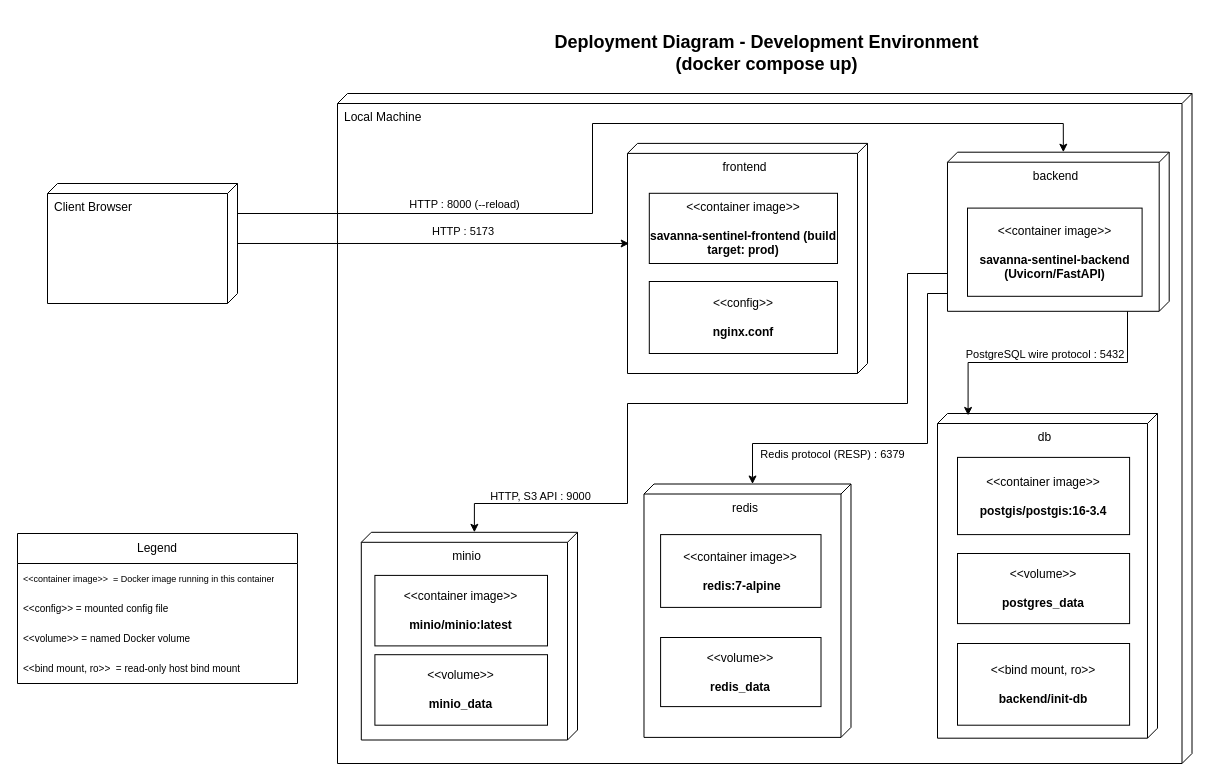
Before: page "Development" (2 of 2) of docs/demo2/deployment/deployment_diagram.drawio in COS301-SE-2026/Savanna-Sentinel, a draw.io diagram. Source tidied: cells renumbered, new cells numbered last; positions are measured from the earlier drawing's top-left corner, leaving out a move shared by most shapes. Both pictures are drawn from the tidied source at 100%, with x=0, y=0 at pixel (17, 23).
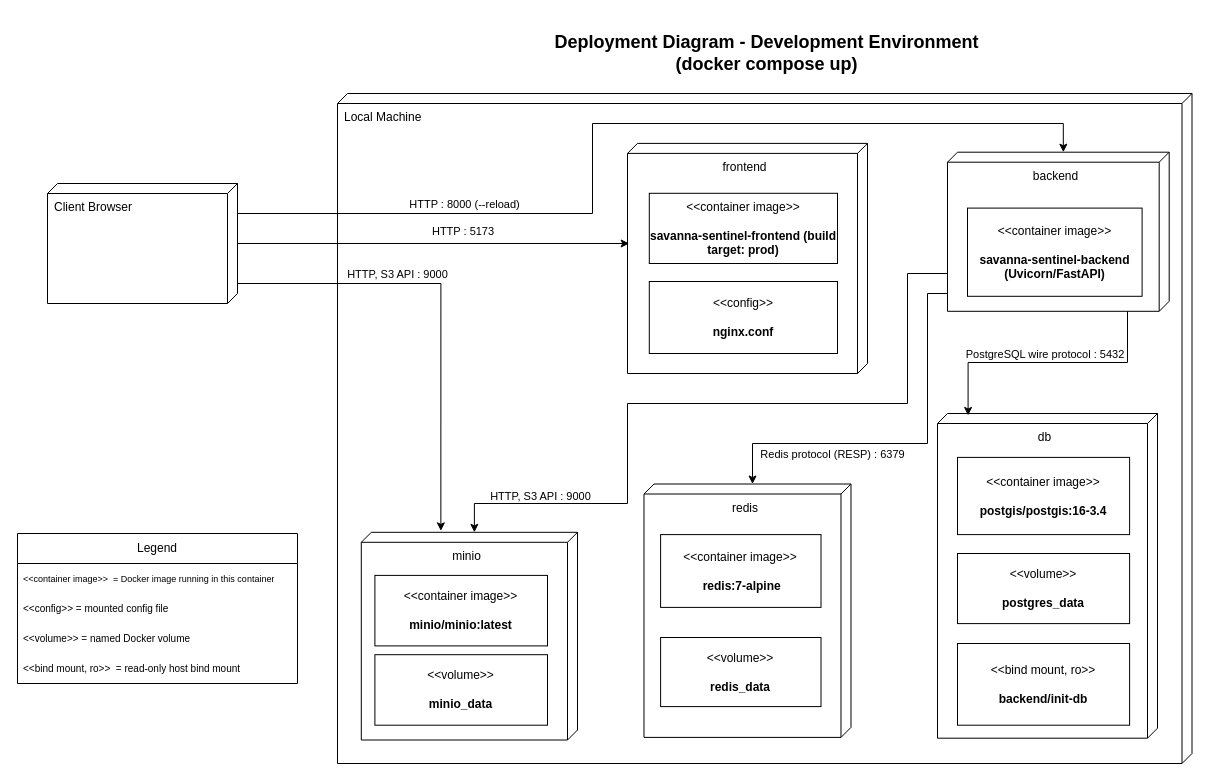
The same diagram, later.

The change refers to these unchanged cells:
```xml
<mxCell id="16" value="minio" style="verticalAlign=top;align=center;shape=cube;size=10;direction=south;html=1;boundedLbl=1;spacingLeft=5;whiteSpace=wrap;" parent="3" vertex="1">
  <mxGeometry x="23.8" y="438.8" width="216.2" height="207.7" as="geometry" />
</mxCell>
<mxCell id="25" value="Client Browser&lt;div&gt;&lt;br&gt;&lt;/div&gt;" style="verticalAlign=top;align=left;shape=cube;size=10;direction=south;fontStyle=0;html=1;boundedLbl=1;spacingLeft=5;whiteSpace=wrap;" parent="1" vertex="1">
  <mxGeometry x="30" y="160" width="190" height="120" as="geometry" />
</mxCell>
```

Diff of the diagram source:
```diff
@@
+    <mxCell id="35" style="edgeStyle=orthogonalEdgeStyle;rounded=0;jettySize=auto;html=1;entryX=-0.007;entryY=0.632;entryDx=0;entryDy=0;entryPerimeter=0;" parent="1" edge="1" source="25" target="16">
+      <mxGeometry relative="1" as="geometry">
+        <Array as="points">
+          <mxPoint x="423.5" y="260" />
+        </Array>
+      </mxGeometry>
+    </mxCell>
+    <mxCell id="36" value="HTTP, S3 API : 9000" style="edgeLabel;html=1;align=center;verticalAlign=middle;" parent="35" vertex="1">
+      <mxGeometry x="-0.29" y="5" relative="1" as="geometry">
+        <mxPoint x="-1" y="-5" as="offset" />
+      </mxGeometry>
+    </mxCell>
```
